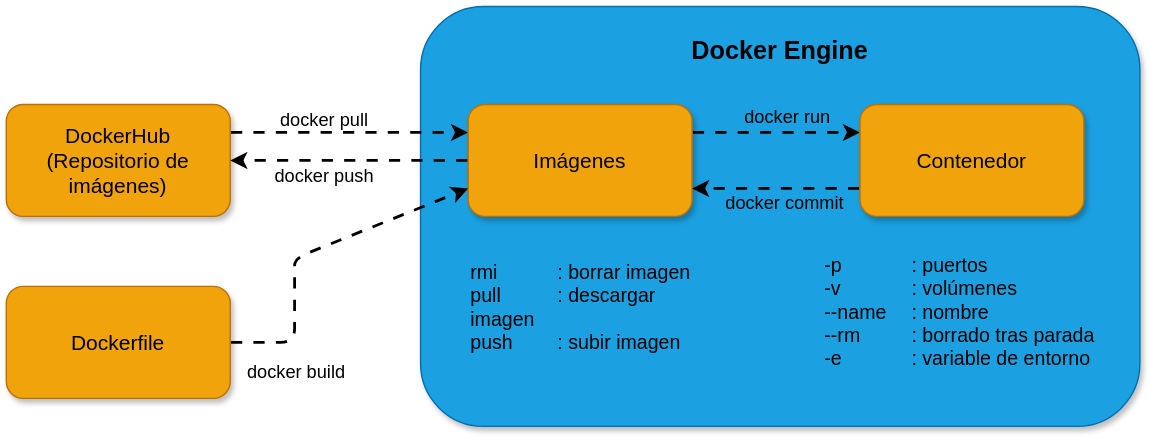
Before: docs/cursos/docker/diagramas/workflow.drawio.svg, a diagram exported from draw.io (pabpereza/pabpereza). Source tidied: cells renumbered, new cells last; positions are measured from the earlier drawing's top-left corner, leaving out a move shared by most shapes.
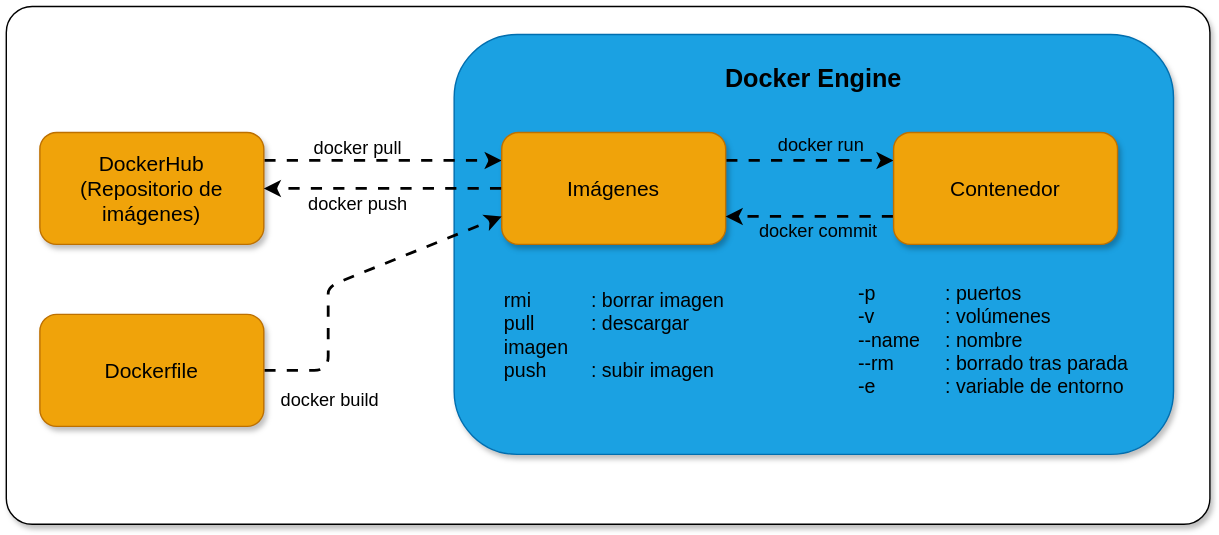
Later version of the same file.

The edit, as a diff of the source:
```diff
@@ -2,6 +2,9 @@
   <root>
     <mxCell id="0" />
     <mxCell id="1" parent="0" />
+    <mxCell id="19" style="rounded=1;whiteSpace=wrap;html=1;glass=0;shadow=1;arcSize=5;" parent="1" vertex="1">
+      <mxGeometry x="-24" y="-20" width="860" height="370" as="geometry" />
+    </mxCell>
     <mxCell id="2" value="&lt;h2&gt;&lt;font color=&quot;#000000&quot;&gt;Docker Engine&lt;/font&gt;&lt;/h2&gt;" style="rounded=1;whiteSpace=wrap;html=1;verticalAlign=top;glass=0;shadow=1;fillColor=#1ba1e2;strokeColor=#006EAF;fontColor=#ffffff;" parent="1" vertex="1">
       <mxGeometry x="296" width="514" height="300" as="geometry" />
     </mxCell>
```
